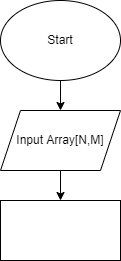
This is Task54/Alg.drawio.png from Arianna8317/HomeWork8C-, a draw.io export, as it was before one commit. Source tidied: cells renumbered, new cells last; positions are measured from the earlier drawing's top-left corner, leaving out a move shared by most shapes. The source it was exported from:
```xml
<mxGraphModel>
  <root>
    <mxCell id="0" />
    <mxCell id="1" parent="0" />
    <mxCell id="2" style="edgeStyle=none;html=1;" parent="1" edge="1" source="3" target="5">
      <mxGeometry relative="1" as="geometry" />
    </mxCell>
    <mxCell id="3" value="Start" style="ellipse;whiteSpace=wrap;html=1;" parent="1" vertex="1">
      <mxGeometry width="120" height="80" as="geometry" />
    </mxCell>
    <mxCell id="4" style="edgeStyle=none;html=1;" parent="1" edge="1" source="5" target="6">
      <mxGeometry relative="1" as="geometry" />
    </mxCell>
    <mxCell id="5" value="Input Array[N,M]" style="shape=parallelogram;perimeter=parallelogramPerimeter;whiteSpace=wrap;html=1;fixedSize=1;" parent="1" vertex="1">
      <mxGeometry y="110" width="120" height="60" as="geometry" />
    </mxCell>
    <mxCell id="6" style="whiteSpace=wrap;html=1;" parent="1" vertex="1">
      <mxGeometry y="200" width="120" height="60" as="geometry" />
    </mxCell>
  </root>
</mxGraphModel>
```
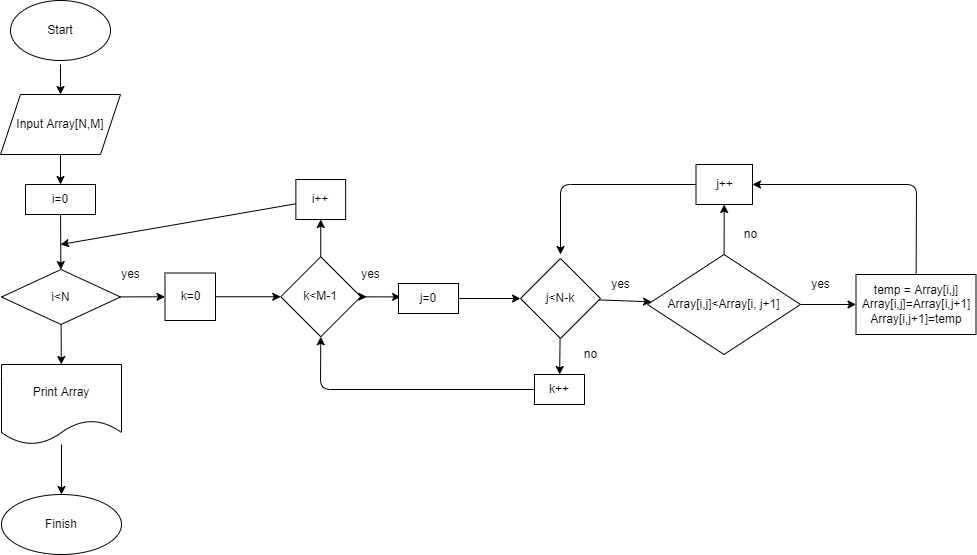
After the change.

What changed in the source:
```diff
@@ -2,20 +2,146 @@
   <root>
     <mxCell id="0" />
     <mxCell id="1" parent="0" />
-    <mxCell id="2" style="edgeStyle=none;html=1;" parent="1" edge="1" source="3" target="5">
-      <mxGeometry relative="1" as="geometry" />
+    <mxCell id="2" style="edgeStyle=none;html=1;" parent="1" edge="1" target="5">
+      <mxGeometry relative="1" as="geometry">
+        <mxPoint x="-80" y="80" as="sourcePoint" />
+      </mxGeometry>
     </mxCell>
     <mxCell id="3" value="Start" style="ellipse;whiteSpace=wrap;html=1;" parent="1" vertex="1">
-      <mxGeometry width="120" height="80" as="geometry" />
+      <mxGeometry x="-130" y="16" width="100" height="60" as="geometry" />
     </mxCell>
     <mxCell id="4" style="edgeStyle=none;html=1;" parent="1" edge="1" source="5" target="6">
       <mxGeometry relative="1" as="geometry" />
     </mxCell>
     <mxCell id="5" value="Input Array[N,M]" style="shape=parallelogram;perimeter=parallelogramPerimeter;whiteSpace=wrap;html=1;fixedSize=1;" parent="1" vertex="1">
-      <mxGeometry y="110" width="120" height="60" as="geometry" />
+      <mxGeometry x="-140" y="110" width="120" height="60" as="geometry" />
     </mxCell>
+    <mxCell id="7" style="edgeStyle=none;html=1;" parent="1" edge="1" source="6" target="10">
+      <mxGeometry relative="1" as="geometry" />
+    </mxCell>
-    <mxCell id="6" style="whiteSpace=wrap;html=1;" parent="1" vertex="1">
-      <mxGeometry y="200" width="120" height="60" as="geometry" />
+    <mxCell id="6" value="i=0" style="whiteSpace=wrap;html=1;" parent="1" vertex="1">
+      <mxGeometry x="-115" y="200" width="70" height="30" as="geometry" />
     </mxCell>
+    <mxCell id="8" style="edgeStyle=none;html=1;" parent="1" edge="1" source="10" target="12">
+      <mxGeometry relative="1" as="geometry" />
+    </mxCell>
+    <mxCell id="9" style="edgeStyle=none;html=1;" parent="1" edge="1" source="10" target="40">
+      <mxGeometry relative="1" as="geometry" />
+    </mxCell>
+    <mxCell id="10" value="i&amp;lt;N" style="rhombus;whiteSpace=wrap;html=1;" parent="1" vertex="1">
+      <mxGeometry x="-139" y="285" width="119" height="55" as="geometry" />
+    </mxCell>
+    <mxCell id="11" style="edgeStyle=none;html=1;" parent="1" edge="1" source="12" target="16">
+      <mxGeometry relative="1" as="geometry" />
+    </mxCell>
+    <mxCell id="12" value="k=0" style="whiteSpace=wrap;html=1;" parent="1" vertex="1">
+      <mxGeometry x="24.5" y="288.5" width="50.5" height="47.5" as="geometry" />
+    </mxCell>
+    <mxCell id="13" style="edgeStyle=none;html=1;" parent="1" edge="1" source="16">
+      <mxGeometry relative="1" as="geometry">
+        <mxPoint x="226.2" y="312.2" as="targetPoint" />
+      </mxGeometry>
+    </mxCell>
+    <mxCell id="14" style="edgeStyle=none;html=1;" parent="1" edge="1" source="16">
+      <mxGeometry relative="1" as="geometry">
+        <mxPoint x="260.1" y="312.4" as="targetPoint" />
+      </mxGeometry>
+    </mxCell>
+    <mxCell id="15" style="edgeStyle=none;html=1;" parent="1" edge="1" source="16" target="38">
+      <mxGeometry relative="1" as="geometry" />
+    </mxCell>
+    <mxCell id="16" value="k&amp;lt;M-1" style="rhombus;whiteSpace=wrap;html=1;" parent="1" vertex="1">
+      <mxGeometry x="140.2" y="272.2" width="80" height="80" as="geometry" />
+    </mxCell>
+    <mxCell id="17" style="edgeStyle=none;html=1;" parent="1" edge="1" source="19" target="26">
+      <mxGeometry relative="1" as="geometry" />
+    </mxCell>
+    <mxCell id="18" style="edgeStyle=none;html=1;" parent="1" edge="1" source="19" target="35">
+      <mxGeometry relative="1" as="geometry" />
+    </mxCell>
+    <mxCell id="19" value="j&amp;lt;N-k" style="rhombus;whiteSpace=wrap;html=1;" parent="1" vertex="1">
+      <mxGeometry x="380" y="274" width="80" height="80" as="geometry" />
+    </mxCell>
+    <mxCell id="20" value="yes" style="text;html=1;align=center;verticalAlign=middle;strokeColor=none;fillColor=none;" parent="1" vertex="1">
+      <mxGeometry x="-25" y="280" width="30" height="20" as="geometry" />
+    </mxCell>
+    <mxCell id="21" value="yes" style="text;html=1;align=center;verticalAlign=middle;strokeColor=none;fillColor=none;" parent="1" vertex="1">
+      <mxGeometry x="215" y="280" width="30" height="20" as="geometry" />
+    </mxCell>
+    <mxCell id="22" style="edgeStyle=none;html=1;" parent="1" edge="1" source="23" target="19">
+      <mxGeometry relative="1" as="geometry" />
+    </mxCell>
+    <mxCell id="23" value="j=0" style="rounded=0;whiteSpace=wrap;html=1;" parent="1" vertex="1">
+      <mxGeometry x="258" y="299" width="60" height="30" as="geometry" />
+    </mxCell>
+    <mxCell id="24" style="edgeStyle=none;html=1;" parent="1" edge="1" source="26" target="28">
+      <mxGeometry relative="1" as="geometry" />
+    </mxCell>
+    <mxCell id="25" style="edgeStyle=none;html=1;" parent="1" edge="1" source="26" target="32">
+      <mxGeometry relative="1" as="geometry" />
+    </mxCell>
+    <mxCell id="26" value="Array[i,j]&amp;lt;Array[i, j+1]" style="rhombus;whiteSpace=wrap;html=1;" parent="1" vertex="1">
+      <mxGeometry x="507" y="270" width="153" height="100" as="geometry" />
+    </mxCell>
+    <mxCell id="27" style="edgeStyle=none;html=1;entryX=1;entryY=0.5;entryDx=0;entryDy=0;" parent="1" edge="1" source="28" target="32">
+      <mxGeometry relative="1" as="geometry">
+        <Array as="points">
+          <mxPoint x="776" y="200" />
+        </Array>
+      </mxGeometry>
+    </mxCell>
+    <mxCell id="28" value="temp = Array[i,j]&lt;br&gt;Array[i,j]=Array[i,j+1]&lt;br&gt;Array[i,j+1]=temp" style="whiteSpace=wrap;html=1;" parent="1" vertex="1">
+      <mxGeometry x="715.5" y="290" width="120" height="60" as="geometry" />
+    </mxCell>
+    <mxCell id="29" value="yes" style="text;html=1;align=center;verticalAlign=middle;strokeColor=none;fillColor=none;" parent="1" vertex="1">
+      <mxGeometry x="465" y="290" width="30" height="20" as="geometry" />
+    </mxCell>
+    <mxCell id="30" value="yes" style="text;html=1;align=center;verticalAlign=middle;strokeColor=none;fillColor=none;" parent="1" vertex="1">
+      <mxGeometry x="665" y="290" width="30" height="20" as="geometry" />
+    </mxCell>
+    <mxCell id="31" style="edgeStyle=none;html=1;" parent="1" edge="1" source="32">
+      <mxGeometry relative="1" as="geometry">
+        <mxPoint x="420" y="270" as="targetPoint" />
+        <Array as="points">
+          <mxPoint x="420" y="200" />
+        </Array>
+      </mxGeometry>
+    </mxCell>
+    <mxCell id="32" value="j++" style="whiteSpace=wrap;html=1;" parent="1" vertex="1">
+      <mxGeometry x="555.5" y="180" width="56.5" height="40" as="geometry" />
+    </mxCell>
+    <mxCell id="33" value="no" style="text;html=1;align=center;verticalAlign=middle;strokeColor=none;fillColor=none;" parent="1" vertex="1">
+      <mxGeometry x="595" y="240" width="30" height="20" as="geometry" />
+    </mxCell>
+    <mxCell id="34" style="edgeStyle=none;html=1;entryX=0.5;entryY=1;entryDx=0;entryDy=0;" parent="1" edge="1" source="35" target="16">
+      <mxGeometry relative="1" as="geometry">
+        <Array as="points">
+          <mxPoint x="180" y="405" />
+        </Array>
+      </mxGeometry>
+    </mxCell>
+    <mxCell id="35" value="k++" style="whiteSpace=wrap;html=1;" parent="1" vertex="1">
+      <mxGeometry x="394" y="390" width="50" height="30" as="geometry" />
+    </mxCell>
+    <mxCell id="36" value="no" style="text;html=1;align=center;verticalAlign=middle;strokeColor=none;fillColor=none;" parent="1" vertex="1">
+      <mxGeometry x="435" y="360" width="30" height="20" as="geometry" />
+    </mxCell>
+    <mxCell id="37" style="edgeStyle=none;html=1;" parent="1" edge="1" source="38">
+      <mxGeometry relative="1" as="geometry">
+        <mxPoint x="-80" y="260" as="targetPoint" />
+      </mxGeometry>
+    </mxCell>
+    <mxCell id="38" value="i++" style="whiteSpace=wrap;html=1;" parent="1" vertex="1">
+      <mxGeometry x="155.4" y="195" width="49.8" height="40" as="geometry" />
+    </mxCell>
+    <mxCell id="39" style="edgeStyle=none;html=1;" parent="1" edge="1" source="40" target="41">
+      <mxGeometry relative="1" as="geometry" />
+    </mxCell>
+    <mxCell id="40" value="Print Array" style="shape=document;whiteSpace=wrap;html=1;boundedLbl=1;" parent="1" vertex="1">
+      <mxGeometry x="-139" y="380" width="120" height="80" as="geometry" />
+    </mxCell>
+    <mxCell id="41" value="Finish" style="ellipse;whiteSpace=wrap;html=1;" parent="1" vertex="1">
+      <mxGeometry x="-139" y="510" width="120" height="60" as="geometry" />
+    </mxCell>
   </root>
 </mxGraphModel>
```
